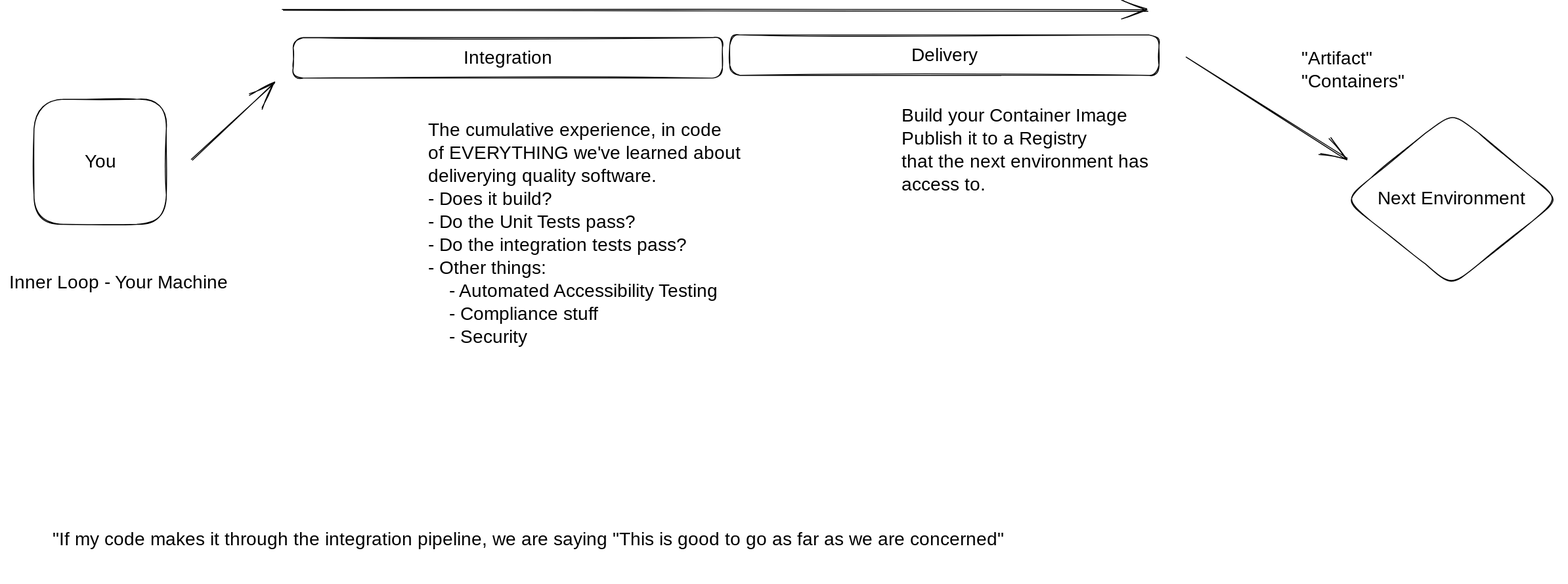
Above: notes/pipelines.excalidraw.svg in hypertheory-services/beginning-service-development-feb-2023 (Excalidraw), before the change. Source tidied: one line per element, renumbered; positions are measured from the earlier drawing's top-left corner, leaving out a move shared by most shapes.
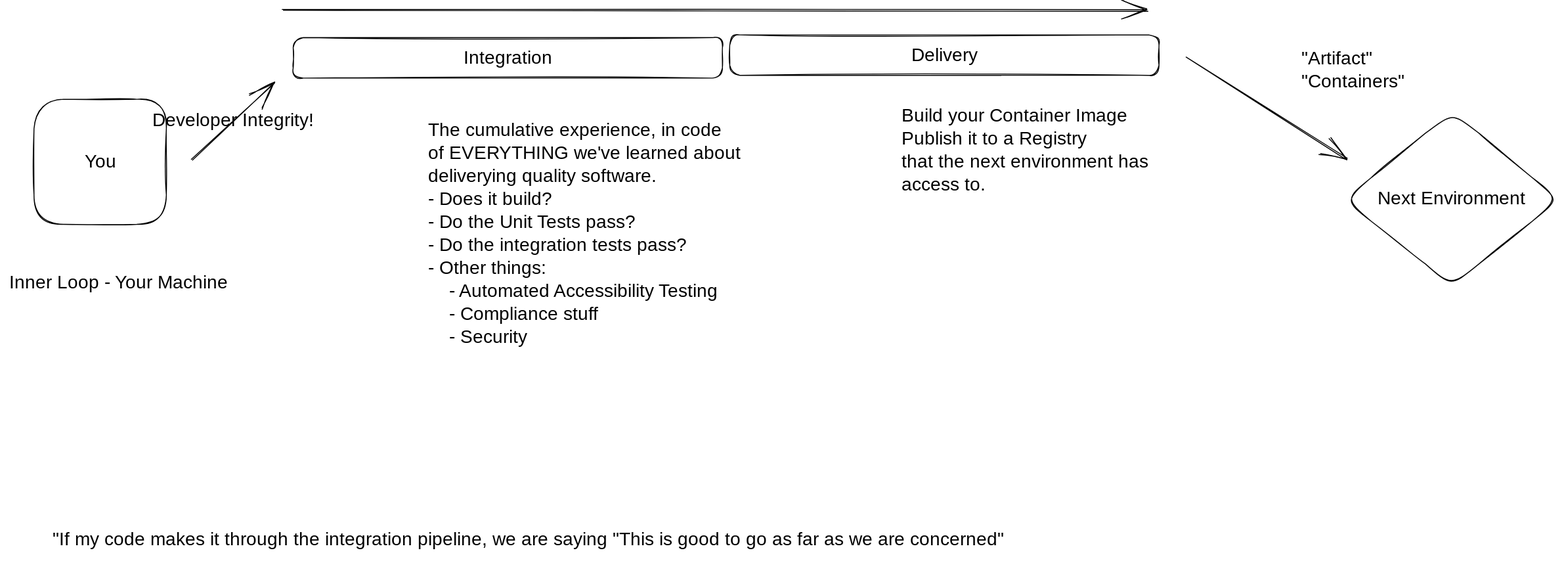
The same diagram one commit later.

Diff of the diagram source:
```diff
@@ -6,6 +6,7 @@
 {"id": 5, "type": "text", "text": "You", "strokeColor": "#000000", "strokeWidth": 1, "roughness": 1, "fontSize": 20, "fontFamily": 1, "textAlign": "center", "verticalAlign": "middle", "inside": 4, "x": 82, "y": 152, "width": 34, "height": 27}
 {"id": 6, "type": "text", "text": "Inner Loop - Your Machine\n", "strokeColor": "#000000", "strokeWidth": 1, "roughness": 1, "fontSize": 20, "fontFamily": 1, "x": 0, "y": 285, "width": 256, "height": 50}
 {"id": 7, "type": "arrow", "strokeColor": "#000000", "strokeWidth": 1, "roughness": 1, "endArrowhead": "arrow", "round": true, "from": 4, "x": 199, "y": 163, "width": 89, "height": 84, "points": [[0, 0], [89, -84]]}
+{"id": 16, "type": "text", "text": "Developer Integrity!", "strokeColor": "#000000", "strokeWidth": 1, "roughness": 1, "fontSize": 20, "fontFamily": 1, "textAlign": "center", "verticalAlign": "middle", "inside": 7, "x": 145, "y": 108, "width": 197, "height": 27}
 {"id": 8, "type": "arrow", "strokeColor": "#000000", "strokeWidth": 1, "roughness": 1, "endArrowhead": "arrow", "round": true, "x": 298, "y": 0, "width": 941, "height": 1, "points": [[0, 0], [941, 1]]}
 {"id": 9, "type": "diamond", "strokeColor": "#000000", "strokeWidth": 1, "roughness": 1, "round": true, "x": 1453, "y": 110, "width": 233, "height": 190}
 {"id": 10, "type": "text", "text": "Next Environment", "strokeColor": "#000000", "strokeWidth": 1, "roughness": 1, "fontSize": 20, "fontFamily": 1, "textAlign": "center", "verticalAlign": "middle", "inside": 9, "x": 1486, "y": 192, "width": 168, "height": 27}
```
